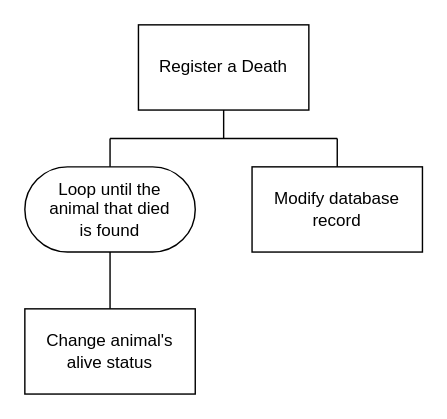
Earlier version of the draw.io diagram page "sd4" (11 of 13) of ah-cs/sdd/AH-SDD-Animals/assets/diagrams/AH-SDD-Animals.drawio (MrFriendCS/MrFriendCS.github.io). Source tidied: cells renumbered, new cells numbered last; positions are measured from the earlier drawing's top-left corner, leaving out a move shared by most shapes. Both pictures are drawn from the tidied source at 142%, with x=0, y=0 at pixel (24, 24).
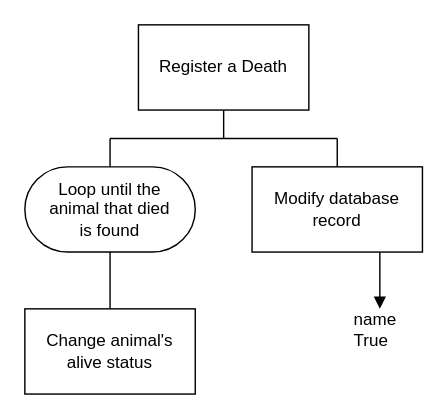
After the change.

What changed in the source:
```diff
@@
 <mxGraphModel>
   <root>
     <mxCell id="0" />
     <mxCell id="1" parent="0" />
     <mxCell id="2" style="edgeStyle=orthogonalEdgeStyle;rounded=0;jettySize=auto;html=1;exitX=0.5;exitY=1;exitDx=0;exitDy=0;endArrow=none;endFill=0;" parent="1" edge="1" source="3">
       <mxGeometry relative="1" as="geometry">
         <mxPoint x="140" y="80" as="targetPoint" />
       </mxGeometry>
     </mxCell>
     <mxCell id="3" value="Register a Death" style="rounded=0;whiteSpace=wrap;html=1;fillColor=none;" parent="1" vertex="1">
       <mxGeometry x="80" width="120" height="60" as="geometry" />
     </mxCell>
     <mxCell id="4" style="edgeStyle=orthogonalEdgeStyle;shape=connector;rounded=0;jettySize=auto;html=1;exitX=0.5;exitY=0;exitDx=0;exitDy=0;strokeColor=default;align=center;verticalAlign=middle;fontFamily=Helvetica;fontSize=11;fontColor=default;labelBackgroundColor=default;endArrow=none;endFill=0;" parent="1" edge="1" source="5">
       <mxGeometry relative="1" as="geometry">
         <mxPoint x="220" y="80" as="targetPoint" />
       </mxGeometry>
     </mxCell>
+    <mxCell id="11" style="edgeStyle=orthogonalEdgeStyle;rounded=0;jettySize=auto;html=1;exitX=0.75;exitY=1;exitDx=0;exitDy=0;endArrow=block;endFill=1;" parent="1" edge="1" source="5">
+      <mxGeometry relative="1" as="geometry">
+        <mxPoint x="250" y="200" as="targetPoint" />
+      </mxGeometry>
+    </mxCell>
     <mxCell id="5" value="Modify database&lt;div&gt;record&lt;/div&gt;" style="rounded=0;whiteSpace=wrap;html=1;fillColor=none;" parent="1" vertex="1">
       <mxGeometry x="160" y="100" width="120" height="60" as="geometry" />
     </mxCell>
     <mxCell id="6" style="endArrow=none;html=1;rounded=0;" parent="1" edge="1">
       <mxGeometry relative="1" as="geometry">
         <mxPoint x="60" y="80" as="sourcePoint" />
         <mxPoint x="220" y="80" as="targetPoint" />
       </mxGeometry>
     </mxCell>
     <mxCell id="7" style="edgeStyle=none;shape=connector;rounded=0;jettySize=auto;html=1;exitX=0.5;exitY=0;exitDx=0;exitDy=0;strokeColor=default;align=center;verticalAlign=middle;fontFamily=Helvetica;fontSize=11;fontColor=default;labelBackgroundColor=default;endArrow=none;endFill=0;" parent="1" edge="1" source="8" target="10">
       <mxGeometry relative="1" as="geometry" />
     </mxCell>
     <mxCell id="8" value="Change animal's&lt;div&gt;alive status&lt;/div&gt;" style="rounded=0;whiteSpace=wrap;html=1;fillColor=none;" parent="1" vertex="1">
       <mxGeometry y="200" width="120" height="60" as="geometry" />
     </mxCell>
     <mxCell id="9" style="edgeStyle=none;shape=connector;rounded=0;jettySize=auto;html=1;exitX=0.5;exitY=0;exitDx=0;exitDy=0;strokeColor=default;align=center;verticalAlign=middle;fontFamily=Helvetica;fontSize=11;fontColor=default;labelBackgroundColor=default;endArrow=none;endFill=0;" parent="1" edge="1" source="10">
       <mxGeometry relative="1" as="geometry">
         <mxPoint x="60" y="80" as="targetPoint" />
       </mxGeometry>
     </mxCell>
     <mxCell id="10" value="&lt;font style=&quot;font-size: 12px;&quot;&gt;Loop until the&lt;/font&gt;&lt;div&gt;&lt;span style=&quot;background-color: light-dark(#ffffff, var(--ge-dark-color, #121212)); color: light-dark(rgb(0, 0, 0), rgb(255, 255, 255));&quot;&gt;&lt;font style=&quot;font-size: 12px;&quot;&gt;animal that died&lt;/font&gt;&lt;/span&gt;&lt;/div&gt;&lt;div&gt;&lt;span style=&quot;background-color: light-dark(#ffffff, var(--ge-dark-color, #121212)); color: light-dark(rgb(0, 0, 0), rgb(255, 255, 255));&quot;&gt;&lt;font style=&quot;font-size: 12px;&quot;&gt;is found&lt;/font&gt;&lt;/span&gt;&lt;/div&gt;" style="rounded=1;whiteSpace=wrap;html=1;fontFamily=Helvetica;fontSize=11;fontColor=default;labelBackgroundColor=default;arcSize=50;fillColor=none;" parent="1" vertex="1">
       <mxGeometry y="100" width="120" height="60" as="geometry" />
     </mxCell>
+    <mxCell id="12" value="name&lt;div&gt;True&lt;/div&gt;" style="text;html=1;align=left;verticalAlign=middle;whiteSpace=wrap;rounded=0;" parent="1" vertex="1">
+      <mxGeometry x="230" y="200" width="40" height="30" as="geometry" />
+    </mxCell>
   </root>
 </mxGraphModel>
```
